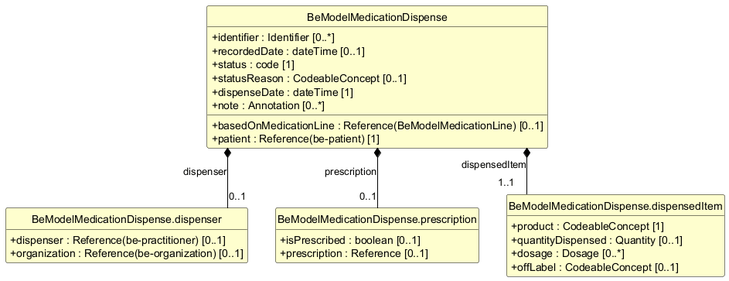
Earlier version of the PlantUML export exports/diagrams/BeModelMedicationDispense-uml.png (caresets/caresets-src). The source it was exported from:
```plantuml
@startuml
skinparam shadowing false
skinparam classAttributeIconSize 0
skinparam linetype ortho
skinparam class {
  BackgroundColor #FEFECE
  BorderColor #000000
  ArrowColor #000000
  FontStyle bold
  AttributeFontStyle normal
}
hide circle
hide empty members

class "BeModelMedicationDispense" as BeModelMedicationDispense {
  +identifier : Identifier [0..*]
  +recordedDate : dateTime [0..1]
  +basedOnMedicationLine : Reference(BeModelMedicationLine) [0..1]
  +patient : Reference(be-patient) [1]
  +status : code [1]
  +statusReason : CodeableConcept [0..1]
  +dispenseDate : dateTime [1]
  +note : Annotation [0..*]
}

class "BeModelMedicationDispense.dispenser" as BeModelMedicationDispense_dispenser {
  +dispenser : Reference(be-practitioner) [0..1]
  +organization : Reference(be-organization) [0..1]
}

class "BeModelMedicationDispense.prescription" as BeModelMedicationDispense_prescription {
  +isPrescribed : boolean [0..1]
  +prescription : Reference [0..1]
}

class "BeModelMedicationDispense.dispensedItem" as BeModelMedicationDispense_dispensedItem {
  +product : CodeableConcept [1]
  +quantityDispensed : Quantity [0..1]
  +dosage : Dosage [0..*]
  +offLabel : CodeableConcept [0..1]
}

BeModelMedicationDispense *-- "0..1" BeModelMedicationDispense_dispenser : dispenser
BeModelMedicationDispense *-- "0..1" BeModelMedicationDispense_prescription : prescription
BeModelMedicationDispense *-- "1..1" BeModelMedicationDispense_dispensedItem : dispensedItem
@enduml
```
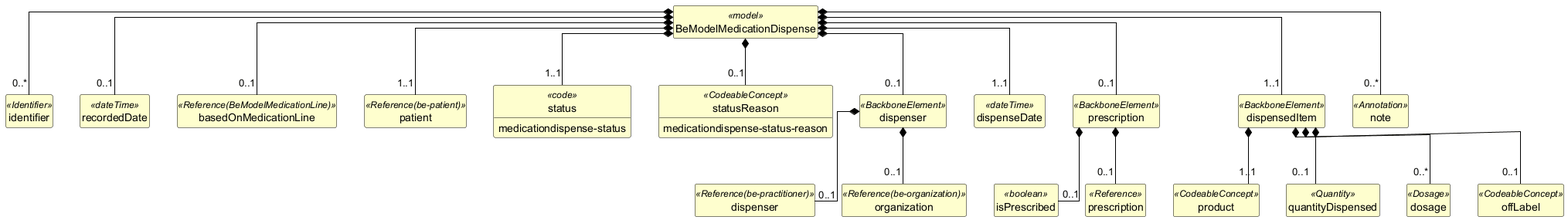
The same diagram one commit later.

What changed in the source:
```diff
@@ -12,35 +12,85 @@
 hide circle
 hide empty members
 
-class "BeModelMedicationDispense" as BeModelMedicationDispense {
-  +identifier : Identifier [0..*]
-  +recordedDate : dateTime [0..1]
-  +basedOnMedicationLine : Reference(BeModelMedicationLine) [0..1]
-  +patient : Reference(be-patient) [1]
-  +status : code [1]
-  +statusReason : CodeableConcept [0..1]
-  +dispenseDate : dateTime [1]
-  +note : Annotation [0..*]
+class "BeModelMedicationDispense" as BeModelMedicationDispense <<model>> {
 }
 
-class "BeModelMedicationDispense.dispenser" as BeModelMedicationDispense_dispenser {
-  +dispenser : Reference(be-practitioner) [0..1]
-  +organization : Reference(be-organization) [0..1]
+class "identifier" as BeModelMedicationDispense_identifier <<Identifier>> {
 }
 
-class "BeModelMedicationDispense.prescription" as BeModelMedicationDispense_prescription {
-  +isPrescribed : boolean [0..1]
-  +prescription : Reference [0..1]
+class "recordedDate" as BeModelMedicationDispense_recordedDate <<dateTime>> {
 }
 
-class "BeModelMedicationDispense.dispensedItem" as BeModelMedicationDispense_dispensedItem {
-  +product : CodeableConcept [1]
-  +quantityDispensed : Quantity [0..1]
-  +dosage : Dosage [0..*]
-  +offLabel : CodeableConcept [0..1]
+class "basedOnMedicationLine" as BeModelMedicationDispense_basedOnMedicationLine <<Reference(BeModelMedicationLine)>> {
 }
 
-BeModelMedicationDispense *-- "0..1" BeModelMedicationDispense_dispenser : dispenser
-BeModelMedicationDispense *-- "0..1" BeModelMedicationDispense_prescription : prescription
-BeModelMedicationDispense *-- "1..1" BeModelMedicationDispense_dispensedItem : dispensedItem
+class "patient" as BeModelMedicationDispense_patient <<Reference(be-patient)>> {
+}
+
+class "status" as BeModelMedicationDispense_status <<code>> {
+  medicationdispense-status
+}
+
+class "statusReason" as BeModelMedicationDispense_statusReason <<CodeableConcept>> {
+  medicationdispense-status-reason
+}
+
+class "dispenser" as BeModelMedicationDispense_dispenser <<BackboneElement>> {
+}
+
+class "dispenser" as BeModelMedicationDispense_dispenser_dispenser <<Reference(be-practitioner)>> {
+}
+
+class "organization" as BeModelMedicationDispense_dispenser_organization <<Reference(be-organization)>> {
+}
+
+class "dispenseDate" as BeModelMedicationDispense_dispenseDate <<dateTime>> {
+}
+
+class "prescription" as BeModelMedicationDispense_prescription <<BackboneElement>> {
+}
+
+class "isPrescribed" as BeModelMedicationDispense_prescription_isPrescribed <<boolean>> {
+}
+
+class "prescription" as BeModelMedicationDispense_prescription_prescription <<Reference>> {
+}
+
+class "dispensedItem" as BeModelMedicationDispense_dispensedItem <<BackboneElement>> {
+}
+
+class "product" as BeModelMedicationDispense_dispensedItem_product <<CodeableConcept>> {
+}
+
+class "quantityDispensed" as BeModelMedicationDispense_dispensedItem_quantityDispensed <<Quantity>> {
+}
+
+class "dosage" as BeModelMedicationDispense_dispensedItem_dosage <<Dosage>> {
+}
+
+class "offLabel" as BeModelMedicationDispense_dispensedItem_offLabel <<CodeableConcept>> {
+}
+
+class "note" as BeModelMedicationDispense_note <<Annotation>> {
+}
+
+BeModelMedicationDispense *-- "0..*" BeModelMedicationDispense_identifier
+BeModelMedicationDispense *-- "0..1" BeModelMedicationDispense_recordedDate
+BeModelMedicationDispense *-- "0..1" BeModelMedicationDispense_basedOnMedicationLine
+BeModelMedicationDispense *-- "1..1" BeModelMedicationDispense_patient
+BeModelMedicationDispense *-- "1..1" BeModelMedicationDispense_status
+BeModelMedicationDispense *-- "0..1" BeModelMedicationDispense_statusReason
+BeModelMedicationDispense *-- "0..1" BeModelMedicationDispense_dispenser
+BeModelMedicationDispense_dispenser *-- "0..1" BeModelMedicationDispense_dispenser_dispenser
+BeModelMedicationDispense_dispenser *-- "0..1" BeModelMedicationDispense_dispenser_organization
+BeModelMedicationDispense *-- "1..1" BeModelMedicationDispense_dispenseDate
+BeModelMedicationDispense *-- "0..1" BeModelMedicationDispense_prescription
+BeModelMedicationDispense_prescription *-- "0..1" BeModelMedicationDispense_prescription_isPrescribed
+BeModelMedicationDispense_prescription *-- "0..1" BeModelMedicationDispense_prescription_prescription
+BeModelMedicationDispense *-- "1..1" BeModelMedicationDispense_dispensedItem
+BeModelMedicationDispense_dispensedItem *-- "1..1" BeModelMedicationDispense_dispensedItem_product
+BeModelMedicationDispense_dispensedItem *-- "0..1" BeModelMedicationDispense_dispensedItem_quantityDispensed
+BeModelMedicationDispense_dispensedItem *-- "0..*" BeModelMedicationDispense_dispensedItem_dosage
+BeModelMedicationDispense_dispensedItem *-- "0..1" BeModelMedicationDispense_dispensedItem_offLabel
+BeModelMedicationDispense *-- "0..*" BeModelMedicationDispense_note
 @enduml
```
